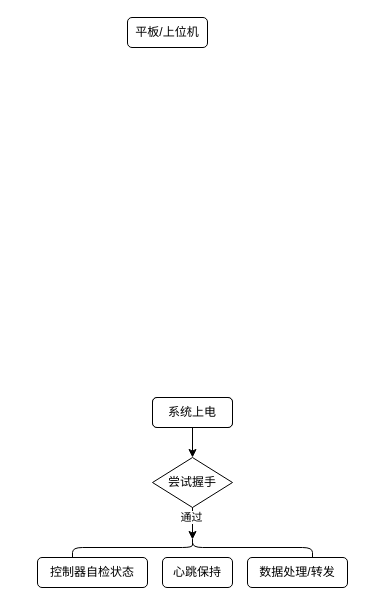
This is SZ_播种.drawio from Hanye1108/drawio, a draw.io file, before an edit. Source tidied: cells renumbered, new cells numbered last; positions are measured from the earlier drawing's top-left corner, leaving out a move shared by most shapes. Both pictures are drawn from the tidied source at 100%, with x=0, y=0 at pixel (37, 17).
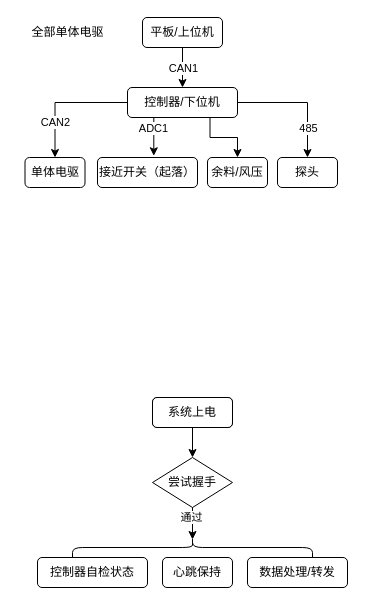
The same diagram, later.

Diff of the diagram source:
```diff
@@
+    <mxCell id="13" style="edgeStyle=orthogonalEdgeStyle;rounded=0;jettySize=auto;html=1;exitX=0.5;exitY=1;exitDx=0;exitDy=0;" parent="1" edge="1" source="12" target="20">
+      <mxGeometry relative="1" as="geometry" />
+    </mxCell>
+    <mxCell id="14" value="CAN1" style="edgeLabel;html=1;align=center;verticalAlign=middle;" parent="13" vertex="1">
+      <mxGeometry x="-0.44" y="-1" relative="1" as="geometry">
+        <mxPoint x="1" y="9" as="offset" />
+      </mxGeometry>
+    </mxCell>
     <mxCell id="12" value="平板/上位机" style="rounded=1;whiteSpace=wrap;html=1;" parent="1" vertex="1">
-      <mxGeometry x="90" width="80" height="30" as="geometry" />
+      <mxGeometry x="105" width="80" height="30" as="geometry" />
     </mxCell>
+    <mxCell id="15" style="edgeStyle=orthogonalEdgeStyle;rounded=0;jettySize=auto;html=1;exitX=0;exitY=0.5;exitDx=0;exitDy=0;entryX=0.5;entryY=0;entryDx=0;entryDy=0;" parent="1" edge="1" source="20" target="21">
+      <mxGeometry relative="1" as="geometry" />
+    </mxCell>
+    <mxCell id="16" value="CAN2" style="edgeLabel;html=1;align=center;verticalAlign=middle;" parent="15" vertex="1">
+      <mxGeometry x="0.45" y="1" relative="1" as="geometry">
+        <mxPoint x="-1" as="offset" />
+      </mxGeometry>
+    </mxCell>
+    <mxCell id="17" style="edgeStyle=orthogonalEdgeStyle;rounded=0;jettySize=auto;html=1;exitX=0.75;exitY=1;exitDx=0;exitDy=0;entryX=0.5;entryY=0;entryDx=0;entryDy=0;" parent="1" edge="1" source="20" target="23">
+      <mxGeometry relative="1" as="geometry" />
+    </mxCell>
+    <mxCell id="18" style="edgeStyle=orthogonalEdgeStyle;rounded=0;jettySize=auto;html=1;exitX=1;exitY=0.5;exitDx=0;exitDy=0;entryX=0.5;entryY=0;entryDx=0;entryDy=0;" parent="1" edge="1" source="20" target="24">
+      <mxGeometry relative="1" as="geometry" />
+    </mxCell>
+    <mxCell id="19" value="485" style="edgeLabel;html=1;align=center;verticalAlign=middle;" parent="18" vertex="1">
+      <mxGeometry x="0.38" relative="1" as="geometry">
+        <mxPoint y="9" as="offset" />
+      </mxGeometry>
+    </mxCell>
+    <mxCell id="20" value="控制器/下位机" style="rounded=1;whiteSpace=wrap;html=1;" parent="1" vertex="1">
+      <mxGeometry x="90" y="70" width="110" height="30" as="geometry" />
+    </mxCell>
+    <mxCell id="21" value="单体电驱" style="rounded=1;whiteSpace=wrap;html=1;" parent="1" vertex="1">
+      <mxGeometry x="-12.5" y="140" width="60" height="30" as="geometry" />
+    </mxCell>
+    <mxCell id="22" value="接近开关（起落）" style="rounded=1;whiteSpace=wrap;html=1;" parent="1" vertex="1">
+      <mxGeometry x="60" y="140" width="100" height="30" as="geometry" />
+    </mxCell>
+    <mxCell id="23" value="余料/风压" style="rounded=1;whiteSpace=wrap;html=1;" parent="1" vertex="1">
+      <mxGeometry x="170" y="140" width="60" height="30" as="geometry" />
+    </mxCell>
+    <mxCell id="24" value="探头" style="rounded=1;whiteSpace=wrap;html=1;" parent="1" vertex="1">
+      <mxGeometry x="240" y="140" width="60" height="30" as="geometry" />
+    </mxCell>
+    <mxCell id="25" value="全部单体电驱" style="text;html=1;align=center;verticalAlign=middle;strokeColor=none;fillColor=none;" parent="1" vertex="1">
+      <mxGeometry x="-20" width="100" height="30" as="geometry" />
+    </mxCell>
+    <mxCell id="26" style="edgeStyle=orthogonalEdgeStyle;rounded=0;jettySize=auto;html=1;exitX=0.25;exitY=1;exitDx=0;exitDy=0;entryX=0.563;entryY=-0.057;entryDx=0;entryDy=0;entryPerimeter=0;" parent="1" edge="1" source="20" target="22">
+      <mxGeometry relative="1" as="geometry" />
+    </mxCell>
+    <mxCell id="27" value="ADC1" style="edgeLabel;html=1;align=center;verticalAlign=middle;" parent="26" vertex="1">
+      <mxGeometry x="-0.25" relative="1" as="geometry">
+        <mxPoint x="-1" y="-3" as="offset" />
+      </mxGeometry>
+    </mxCell>
```
